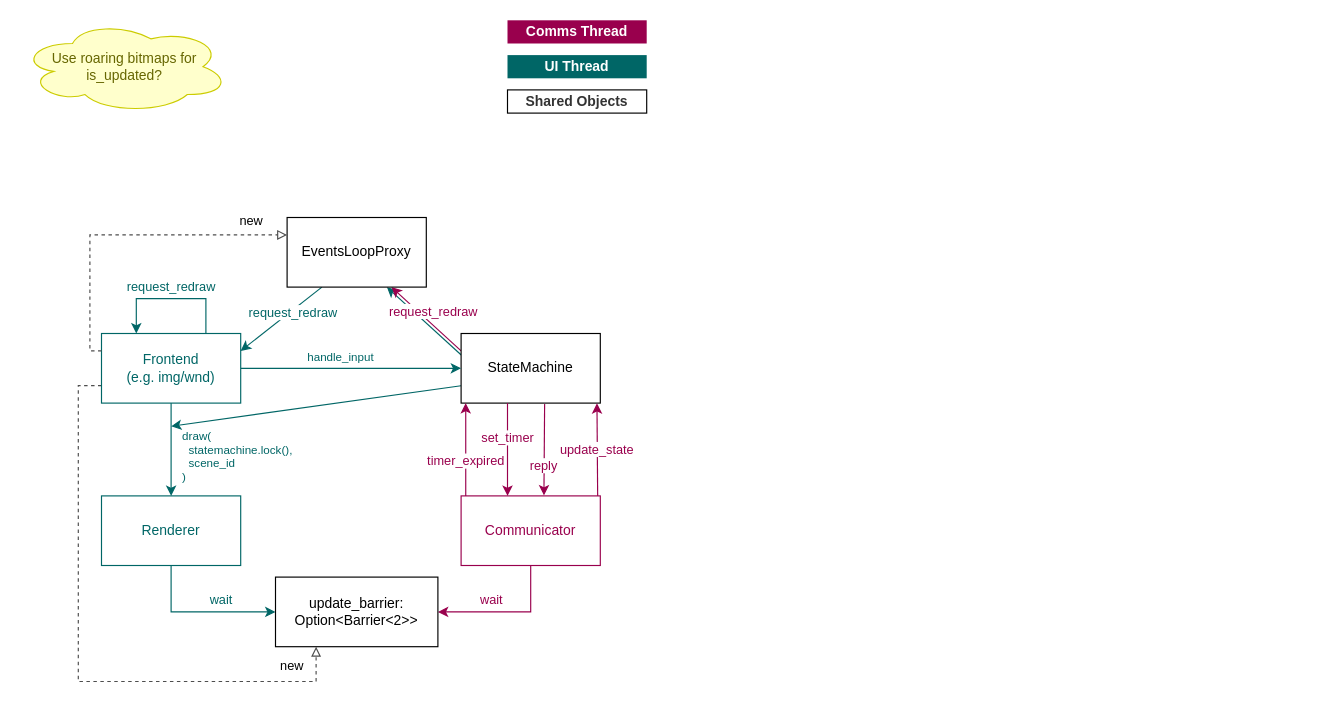
Earlier version of the draw.io diagram boldui_renderer/design.drawio (Wazzaps/boldui). Source tidied: cells renumbered, new cells numbered last; positions are measured from the earlier drawing's top-left corner, leaving out a move shared by most shapes. Both pictures are drawn from the tidied source at 116%, with x=0, y=0 at pixel (20, 20).
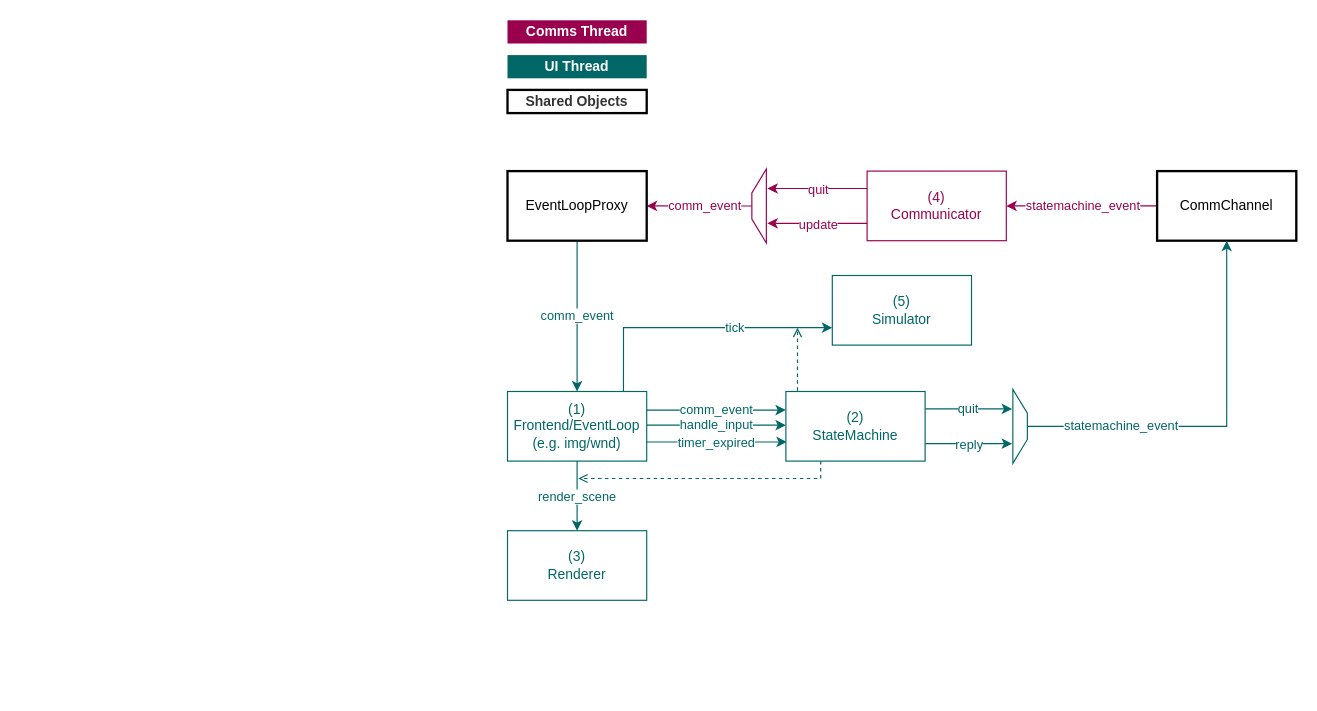
The same page after the edit.

Commit message (it also covers changes not shown here):
renderer: refactor state machine to share thread with frontend

Diff of the diagram source:
```diff
@@
-    <mxCell id="2" style="rounded=0;jettySize=auto;html=1;exitX=0.001;exitY=0.309;exitDx=0;exitDy=0;fontColor=#99004D;entryX=0.75;entryY=1;entryDx=0;entryDy=0;strokeColor=#006666;exitPerimeter=0;" parent="1" edge="1" source="6">
-      <mxGeometry x="0.01" y="-9" relative="1" as="geometry">
-        <mxPoint x="316" y="230" as="targetPoint" />
-      </mxGeometry>
-    </mxCell>
-    <mxCell id="3" value="request_redraw" style="rounded=0;jettySize=auto;html=1;exitX=0;exitY=0.25;exitDx=0;exitDy=0;strokeColor=#99004D;fontColor=#99004D;entryX=0.75;entryY=1;entryDx=0;entryDy=0;" parent="1" edge="1" source="6" target="19">
-      <mxGeometry x="0.01" y="-9" relative="1" as="geometry" />
-    </mxCell>
-    <mxCell id="4" value="reply" style="edgeStyle=none;rounded=0;jettySize=auto;html=1;exitX=0.6;exitY=1.012;exitDx=0;exitDy=0;entryX=0.595;entryY=-0.007;entryDx=0;entryDy=0;strokeColor=#99004D;fontColor=#99004D;entryPerimeter=0;exitPerimeter=0;" parent="1" edge="1" source="6" target="12">
-      <mxGeometry x="0.35" y="-1" relative="1" as="geometry" />
-    </mxCell>
-    <mxCell id="5" style="edgeStyle=none;rounded=0;jumpSize=6;jettySize=auto;html=1;exitX=0;exitY=0.75;exitDx=0;exitDy=0;endSize=6;strokeWidth=1;strokeColor=#006666;fontColor=#006666;" parent="1" edge="1" source="6">
-      <mxGeometry y="11" relative="1" as="geometry">
-        <mxPoint x="130" y="350" as="targetPoint" />
-      </mxGeometry>
-    </mxCell>
-    <mxCell id="6" value="StateMachine" style="rounded=0;whiteSpace=wrap;html=1;" parent="1" vertex="1">
-      <mxGeometry x="380" y="270" width="120" height="60" as="geometry" />
-    </mxCell>
-    <mxCell id="7" style="edgeStyle=orthogonalEdgeStyle;rounded=0;jettySize=auto;html=1;entryX=0;entryY=0.5;entryDx=0;entryDy=0;fontColor=#006666;strokeColor=#006666;exitX=0.5;exitY=1;exitDx=0;exitDy=0;" parent="1" edge="1" source="9" target="27">
-      <mxGeometry relative="1" as="geometry">
-        <Array as="points">
-          <mxPoint x="130" y="510" />
-        </Array>
-      </mxGeometry>
-    </mxCell>
-    <mxCell id="8" value="wait" style="edgeLabel;html=1;align=center;verticalAlign=middle;fontColor=#006666;" parent="7" vertex="1">
-      <mxGeometry x="0.72" relative="1" as="geometry">
-        <mxPoint x="-30" y="-11" as="offset" />
-      </mxGeometry>
-    </mxCell>
-    <mxCell id="9" value="Renderer&lt;br&gt;" style="rounded=0;whiteSpace=wrap;html=1;strokeColor=#006666;fontColor=#006666;" parent="1" vertex="1">
-      <mxGeometry x="70" y="410" width="120" height="60" as="geometry" />
-    </mxCell>
-    <mxCell id="10" value="update_state" style="rounded=0;jettySize=auto;html=1;entryX=0.976;entryY=1.002;entryDx=0;entryDy=0;exitX=0.981;exitY=0.002;exitDx=0;exitDy=0;strokeColor=#99004D;fontColor=#99004D;exitPerimeter=0;entryPerimeter=0;" parent="1" edge="1" source="12" target="6">
-      <mxGeometry relative="1" as="geometry" />
-    </mxCell>
-    <mxCell id="11" value="wait" style="edgeStyle=orthogonalEdgeStyle;rounded=0;jettySize=auto;html=1;exitX=0.5;exitY=1;exitDx=0;exitDy=0;entryX=1;entryY=0.5;entryDx=0;entryDy=0;strokeColor=#99004D;fontColor=#99004D;" parent="1" edge="1" source="12" target="27">
-      <mxGeometry x="0.23" y="-10" relative="1" as="geometry">
-        <Array as="points">
-          <mxPoint x="440" y="510" />
-        </Array>
-      </mxGeometry>
-    </mxCell>
-    <mxCell id="12" value="Communicator" style="rounded=0;whiteSpace=wrap;html=1;strokeColor=#99004D;fontColor=#99004D;" parent="1" vertex="1">
-      <mxGeometry x="380" y="410" width="120" height="60" as="geometry" />
-    </mxCell>
-    <mxCell id="13" value="draw(&lt;br style=&quot;font-size: 10px;&quot;&gt;&amp;nbsp; statemachine.lock(),&lt;br style=&quot;font-size: 10px;&quot;&gt;&amp;nbsp; scene_id&lt;br style=&quot;font-size: 10px;&quot;&gt;&lt;div style=&quot;font-size: 10px;&quot;&gt;)&lt;/div&gt;" style="edgeStyle=orthogonalEdgeStyle;rounded=0;jettySize=auto;html=1;entryX=0.5;entryY=0;entryDx=0;entryDy=0;strokeColor=#006666;fontColor=#006666;align=left;fontSize=10;" parent="1" edge="1" source="17" target="9">
-      <mxGeometry x="0.15" y="8" relative="1" as="geometry" />
-    </mxCell>
-    <mxCell id="14" value="&lt;font color=&quot;#006666&quot;&gt;handle_input&lt;/font&gt;" style="edgeStyle=none;rounded=0;jumpSize=6;jettySize=auto;html=1;exitX=1;exitY=0.5;exitDx=0;exitDy=0;entryX=0;entryY=0.5;entryDx=0;entryDy=0;fontSize=10;fontColor=#333333;endSize=6;strokeColor=#006666;strokeWidth=1;" parent="1" edge="1" source="17" target="6">
-      <mxGeometry x="-0.1" y="10" relative="1" as="geometry" />
-    </mxCell>
-    <mxCell id="15" style="edgeStyle=orthogonalEdgeStyle;rounded=0;jettySize=auto;html=1;exitX=0;exitY=0.75;exitDx=0;exitDy=0;entryX=0.25;entryY=1;entryDx=0;entryDy=0;fontColor=#006666;dashed=1;strokeColor=#4D4D4D;endArrow=block;endFill=0;" parent="1" edge="1" source="17" target="27">
-      <mxGeometry relative="1" as="geometry">
-        <Array as="points">
-          <mxPoint x="50" y="315" />
-          <mxPoint x="50" y="570" />
-          <mxPoint x="255" y="570" />
-        </Array>
-      </mxGeometry>
-    </mxCell>
-    <mxCell id="16" value="&lt;font color=&quot;#000000&quot;&gt;new&lt;/font&gt;" style="edgeLabel;html=1;align=center;verticalAlign=middle;fontColor=#006666;" parent="15" vertex="1">
-      <mxGeometry x="0.66" relative="1" as="geometry">
-        <mxPoint x="35" y="-14" as="offset" />
-      </mxGeometry>
-    </mxCell>
-    <mxCell id="17" value="Frontend&lt;br&gt;(e.g. img/wnd)" style="rounded=0;whiteSpace=wrap;html=1;strokeColor=#006666;fontColor=#006666;" parent="1" vertex="1">
-      <mxGeometry x="70" y="270" width="120" height="60" as="geometry" />
-    </mxCell>
-    <mxCell id="18" value="request_redraw" style="edgeStyle=none;rounded=0;jumpSize=6;jettySize=auto;html=1;exitX=0.25;exitY=1;exitDx=0;exitDy=0;entryX=1;entryY=0.25;entryDx=0;entryDy=0;fontColor=#006666;endSize=6;strokeColor=#006666;strokeWidth=1;" parent="1" edge="1" source="19" target="17">
-      <mxGeometry x="-0.25" y="2" relative="1" as="geometry" />
-    </mxCell>
-    <mxCell id="19" value="EventsLoopProxy" style="rounded=0;whiteSpace=wrap;html=1;" parent="1" vertex="1">
-      <mxGeometry x="230" y="170" width="120" height="60" as="geometry" />
-    </mxCell>
-    <mxCell id="20" value="Use roaring bitmaps for is_updated?" style="ellipse;shape=cloud;whiteSpace=wrap;html=1;strokeColor=#CCCC00;fillColor=#FFFFCC;fontColor=#666600;" parent="1" vertex="1">
-      <mxGeometry width="180" height="80" as="geometry" />
-    </mxCell>
@@
-    <mxCell id="23" value="set_timer" style="edgeStyle=none;rounded=0;orthogonalLoop=1;jettySize=auto;html=1;strokeColor=#99004D;fontColor=#99004D;entryX=0;entryY=0;entryDx=0;entryDy=0;exitX=0;exitY=1;exitDx=0;exitDy=0;" parent="1" edge="1">
-      <mxGeometry x="-0.25" relative="1" as="geometry">
-        <mxPoint x="420" y="330" as="sourcePoint" />
-        <mxPoint x="420" y="410" as="targetPoint" />
-      </mxGeometry>
-    </mxCell>
+    <mxCell id="26" value="&lt;span&gt;&lt;font&gt;Shared Objects&lt;/font&gt;&lt;/span&gt;" style="rounded=0;whiteSpace=wrap;html=1;fillColor=#FFFFFF;fontColor=#333333;fontStyle=1;strokeWidth=2;" parent="1" vertex="1">
+      <mxGeometry x="420" y="60" width="120" height="20" as="geometry" />
+    </mxCell>
+    <mxCell id="14" value="handle_input" style="edgeStyle=orthogonalEdgeStyle;rounded=0;orthogonalLoop=1;jettySize=auto;html=1;strokeColor=#006666;fontColor=#006666;" parent="1" edge="1">
+      <mxGeometry relative="1" as="geometry">
+        <mxPoint x="540" y="349" as="sourcePoint" />
+        <mxPoint x="660" y="349" as="targetPoint" />
+        <Array as="points">
+          <mxPoint x="540" y="349" />
+          <mxPoint x="660" y="349" />
+        </Array>
+      </mxGeometry>
+    </mxCell>
-    <mxCell id="24" value="timer_expired" style="edgeStyle=none;rounded=0;orthogonalLoop=1;jettySize=auto;html=1;strokeColor=#99004D;fontColor=#99004D;entryX=0.41;entryY=1.021;entryDx=0;entryDy=0;entryPerimeter=0;exitX=0;exitY=0;exitDx=0;exitDy=0;" parent="1" edge="1">
-      <mxGeometry x="-0.25" relative="1" as="geometry">
-        <mxPoint x="384" y="410" as="sourcePoint" />
-        <mxPoint x="384" y="330" as="targetPoint" />
+    <mxCell id="24" value="timer_expired" style="edgeStyle=orthogonalEdgeStyle;rounded=0;orthogonalLoop=1;jettySize=auto;html=1;exitX=0.994;exitY=0.616;exitDx=0;exitDy=0;entryX=0.007;entryY=0.625;entryDx=0;entryDy=0;strokeColor=#006666;fontColor=#006666;entryPerimeter=0;exitPerimeter=0;" parent="1" edge="1">
+      <mxGeometry relative="1" as="geometry">
+        <mxPoint x="539.3" y="363" as="sourcePoint" />
+        <mxPoint x="660.8" y="363.5" as="targetPoint" />
+        <Array as="points">
+          <mxPoint x="661" y="363" />
+        </Array>
       </mxGeometry>
     </mxCell>
-    <mxCell id="25" value="&lt;span style=&quot;color: rgb(0 , 102 , 102) ; font-size: 11px&quot;&gt;request_redraw&lt;/span&gt;" style="edgeStyle=none;rounded=0;jumpSize=6;orthogonalLoop=1;jettySize=auto;html=1;exitX=0.75;exitY=0;exitDx=0;exitDy=0;entryX=0.25;entryY=0;entryDx=0;entryDy=0;fontSize=10;fontColor=#333333;endSize=6;strokeColor=#006666;strokeWidth=1;" parent="1" edge="1" source="17" target="17">
-      <mxGeometry y="-10" relative="1" as="geometry">
-        <Array as="points">
-          <mxPoint x="160" y="240" />
-          <mxPoint x="100" y="240" />
-        </Array>
-      </mxGeometry>
-    </mxCell>
-    <mxCell id="26" value="&lt;span&gt;&lt;font&gt;Shared Objects&lt;/font&gt;&lt;/span&gt;" style="rounded=0;whiteSpace=wrap;html=1;fillColor=#FFFFFF;fontColor=#333333;fontStyle=1;" parent="1" vertex="1">
-      <mxGeometry x="420" y="60" width="120" height="20" as="geometry" />
-    </mxCell>
-    <mxCell id="27" value="update_barrier: Option&amp;lt;Barrier&amp;lt;2&amp;gt;&amp;gt;" style="rounded=0;whiteSpace=wrap;html=1;" parent="1" vertex="1">
-      <mxGeometry x="220" y="480" width="140" height="60" as="geometry" />
-    </mxCell>
-    <mxCell id="28" style="edgeStyle=orthogonalEdgeStyle;rounded=0;jettySize=auto;html=1;exitX=0;exitY=0.25;exitDx=0;exitDy=0;entryX=0;entryY=0.25;entryDx=0;entryDy=0;fontColor=#006666;dashed=1;strokeColor=#4D4D4D;endArrow=block;endFill=0;" parent="1" edge="1" source="17" target="19">
-      <mxGeometry relative="1" as="geometry">
-        <Array as="points">
-          <mxPoint x="60" y="285" />
-          <mxPoint x="60" y="185" />
-        </Array>
-      </mxGeometry>
-    </mxCell>
-    <mxCell id="29" value="&lt;font color=&quot;#000000&quot;&gt;new&lt;/font&gt;" style="edgeLabel;html=1;align=center;verticalAlign=middle;fontColor=#006666;" parent="28" vertex="1">
-      <mxGeometry x="0.66" relative="1" as="geometry">
-        <mxPoint x="16" y="-13" as="offset" />
-      </mxGeometry>
-    </mxCell>
+    <mxCell id="30" value="render_scene" style="edgeStyle=orthogonalEdgeStyle;rounded=0;jettySize=auto;html=1;exitX=0.5;exitY=1;exitDx=0;exitDy=0;entryX=0.5;entryY=0;entryDx=0;entryDy=0;strokeColor=#006666;fontColor=#006666;" parent="1" edge="1" source="32" target="37">
+      <mxGeometry x="0.03" relative="1" as="geometry">
+        <Array as="points">
+          <mxPoint x="480" y="420" />
+          <mxPoint x="480" y="420" />
+        </Array>
+      </mxGeometry>
+    </mxCell>
+    <mxCell id="31" value="tick" style="edgeStyle=orthogonalEdgeStyle;rounded=0;jettySize=auto;html=1;entryX=0;entryY=0.75;entryDx=0;entryDy=0;strokeColor=#006666;fontColor=#006666;endArrow=classic;endFill=1;exitX=0.833;exitY=0.006;exitDx=0;exitDy=0;exitPerimeter=0;" parent="1" edge="1" source="32" target="49">
+      <mxGeometry x="0.28" relative="1" as="geometry">
+        <Array as="points">
+          <mxPoint x="520" y="265" />
+        </Array>
+      </mxGeometry>
+    </mxCell>
+    <mxCell id="32" value="(1)&lt;br&gt;Frontend/EventLoop&lt;br&gt;(e.g. img/wnd)" style="rounded=0;whiteSpace=wrap;html=1;strokeColor=#006666;fontColor=#006666;" parent="1" vertex="1">
+      <mxGeometry x="420" y="320" width="120" height="60" as="geometry" />
+    </mxCell>
+    <mxCell id="4" value="reply" style="edgeStyle=orthogonalEdgeStyle;rounded=0;jettySize=auto;html=1;exitX=1;exitY=0.75;exitDx=0;exitDy=0;strokeColor=#006666;fontColor=#006666;" parent="1" edge="1" source="36">
+      <mxGeometry relative="1" as="geometry">
+        <mxPoint x="855" y="365" as="targetPoint" />
+      </mxGeometry>
+    </mxCell>
+    <mxCell id="33" value="comm_event" style="edgeStyle=orthogonalEdgeStyle;rounded=0;jettySize=auto;html=1;exitX=0.5;exitY=0;exitDx=0;exitDy=0;entryX=1;entryY=0.5;entryDx=0;entryDy=0;fontColor=#99004D;strokeColor=#99004D;startArrow=none;" parent="1" edge="1" source="46" target="40">
+      <mxGeometry x="-0.1" relative="1" as="geometry" />
+    </mxCell>
+    <mxCell id="34" value="quit" style="edgeStyle=orthogonalEdgeStyle;rounded=0;jettySize=auto;html=1;exitX=1;exitY=0.25;exitDx=0;exitDy=0;strokeColor=#006666;fontColor=#006666;" parent="1" edge="1" source="36">
+      <mxGeometry x="-0.03" relative="1" as="geometry">
+        <mxPoint x="855" y="335" as="targetPoint" />
+      </mxGeometry>
+    </mxCell>
+    <mxCell id="35" style="edgeStyle=orthogonalEdgeStyle;rounded=0;jettySize=auto;html=1;exitX=0.25;exitY=1;exitDx=0;exitDy=0;dashed=1;strokeColor=#006666;endArrow=open;endFill=0;" parent="1" edge="1" source="36">
+      <mxGeometry relative="1" as="geometry">
+        <mxPoint x="481" y="395" as="targetPoint" />
+        <Array as="points">
+          <mxPoint x="690" y="395" />
+          <mxPoint x="500" y="395" />
+        </Array>
+      </mxGeometry>
+    </mxCell>
+    <mxCell id="36" value="(2)&lt;br&gt;StateMachine" style="rounded=0;whiteSpace=wrap;html=1;strokeColor=#006666;fontColor=#006666;" parent="1" vertex="1">
+      <mxGeometry x="660" y="320" width="120" height="60" as="geometry" />
+    </mxCell>
+    <mxCell id="37" value="(3)&lt;br&gt;Renderer" style="rounded=0;whiteSpace=wrap;html=1;strokeColor=#006666;fontColor=#006666;" parent="1" vertex="1">
+      <mxGeometry x="420" y="440" width="120" height="60" as="geometry" />
+    </mxCell>
+    <mxCell id="38" value="(4)&lt;br&gt;Communicator" style="rounded=0;whiteSpace=wrap;html=1;strokeColor=#99004D;fontColor=#99004D;" parent="1" vertex="1">
+      <mxGeometry x="730" y="130" width="120" height="60" as="geometry" />
+    </mxCell>
+    <mxCell id="39" value="comm_event" style="edgeStyle=orthogonalEdgeStyle;rounded=0;jettySize=auto;html=1;exitX=0.5;exitY=1;exitDx=0;exitDy=0;entryX=0.5;entryY=0;entryDx=0;entryDy=0;strokeColor=#006666;fontColor=#006666;" parent="1" edge="1" source="40" target="32">
+      <mxGeometry relative="1" as="geometry" />
+    </mxCell>
+    <mxCell id="40" value="EventLoopProxy" style="rounded=0;whiteSpace=wrap;html=1;strokeWidth=2;" parent="1" vertex="1">
+      <mxGeometry x="420" y="130" width="120" height="60" as="geometry" />
+    </mxCell>
+    <mxCell id="41" value="statemachine_event" style="edgeStyle=orthogonalEdgeStyle;rounded=0;jettySize=auto;html=1;exitX=0;exitY=0.5;exitDx=0;exitDy=0;entryX=1;entryY=0.5;entryDx=0;entryDy=0;fontColor=#99004D;strokeColor=#99004D;" parent="1" edge="1" source="42" target="38">
+      <mxGeometry x="-0.02" relative="1" as="geometry" />
+    </mxCell>
+    <mxCell id="42" value="CommChannel" style="rounded=0;whiteSpace=wrap;html=1;strokeWidth=2;" parent="1" vertex="1">
+      <mxGeometry x="980" y="130" width="120" height="60" as="geometry" />
+    </mxCell>
+    <mxCell id="43" value="comm_event" style="edgeStyle=orthogonalEdgeStyle;rounded=0;orthogonalLoop=1;jettySize=auto;html=1;strokeColor=#006666;fontColor=#006666;exitX=1;exitY=0.25;exitDx=0;exitDy=0;entryX=0;entryY=0.25;entryDx=0;entryDy=0;" parent="1" edge="1">
+      <mxGeometry relative="1" as="geometry">
+        <mxPoint x="540" y="336" as="sourcePoint" />
+        <mxPoint x="660" y="336" as="targetPoint" />
+        <Array as="points">
+          <mxPoint x="640" y="336" />
+          <mxPoint x="640" y="336" />
+        </Array>
+      </mxGeometry>
+    </mxCell>
+    <mxCell id="44" value="quit" style="edgeStyle=orthogonalEdgeStyle;rounded=0;jettySize=auto;html=1;exitX=0;exitY=0.25;exitDx=0;exitDy=0;fontColor=#99004D;strokeColor=#99004D;endArrow=classic;endFill=1;" parent="1" edge="1" source="38">
+      <mxGeometry relative="1" as="geometry">
+        <mxPoint x="644" y="145" as="targetPoint" />
+      </mxGeometry>
+    </mxCell>
+    <mxCell id="45" value="update" style="edgeStyle=orthogonalEdgeStyle;rounded=0;jettySize=auto;html=1;exitX=0;exitY=0.75;exitDx=0;exitDy=0;entryX=1;entryY=0.75;entryDx=0;entryDy=0;fontColor=#99004D;strokeColor=#99004D;endArrow=classic;endFill=1;" parent="1" edge="1" source="38">
+      <mxGeometry relative="1" as="geometry">
+        <mxPoint x="644" y="175" as="targetPoint" />
+      </mxGeometry>
+    </mxCell>
+    <mxCell id="46" style="shape=trapezoid;perimeter=trapezoidPerimeter;whiteSpace=wrap;html=1;fixedSize=1;strokeColor=#99004D;fontColor=#99004D;rotation=-90;size=20.62000000000012;" parent="1" vertex="1">
+      <mxGeometry x="605" y="153.8" width="63.8" height="12.5" as="geometry" />
+    </mxCell>
+    <mxCell id="47" value="&lt;font color=&quot;#006666&quot;&gt;statemachine_event&lt;/font&gt;" style="edgeStyle=orthogonalEdgeStyle;rounded=0;jettySize=auto;html=1;entryX=0.5;entryY=1;entryDx=0;entryDy=0;fontColor=#99004D;endArrow=classic;endFill=1;strokeColor=#006666;" parent="1" edge="1" source="48" target="42">
+      <mxGeometry x="-0.51" relative="1" as="geometry" />
+    </mxCell>
+    <mxCell id="48" style="shape=trapezoid;perimeter=trapezoidPerimeter;whiteSpace=wrap;html=1;fixedSize=1;strokeColor=#006666;fontColor=#99004D;rotation=90;size=20.62000000000012;" parent="1" vertex="1">
+      <mxGeometry x="830" y="343.8" width="63.8" height="12.5" as="geometry" />
+    </mxCell>
+    <mxCell id="49" value="(5)&lt;br&gt;Simulator" style="rounded=0;whiteSpace=wrap;html=1;strokeColor=#006666;fontColor=#006666;" parent="1" vertex="1">
+      <mxGeometry x="700" y="220" width="120" height="60" as="geometry" />
+    </mxCell>
+    <mxCell id="50" style="edgeStyle=orthogonalEdgeStyle;rounded=0;orthogonalLoop=1;jettySize=auto;html=1;dashed=1;strokeColor=#006666;endArrow=open;endFill=0;exitX=0.083;exitY=-0.026;exitDx=0;exitDy=0;exitPerimeter=0;" parent="1" edge="1">
+      <mxGeometry relative="1" as="geometry">
+        <mxPoint x="670" y="319.4" as="sourcePoint" />
+        <mxPoint x="670" y="265" as="targetPoint" />
+        <Array as="points">
+          <mxPoint x="670" y="271" />
+        </Array>
+      </mxGeometry>
+    </mxCell>
```
